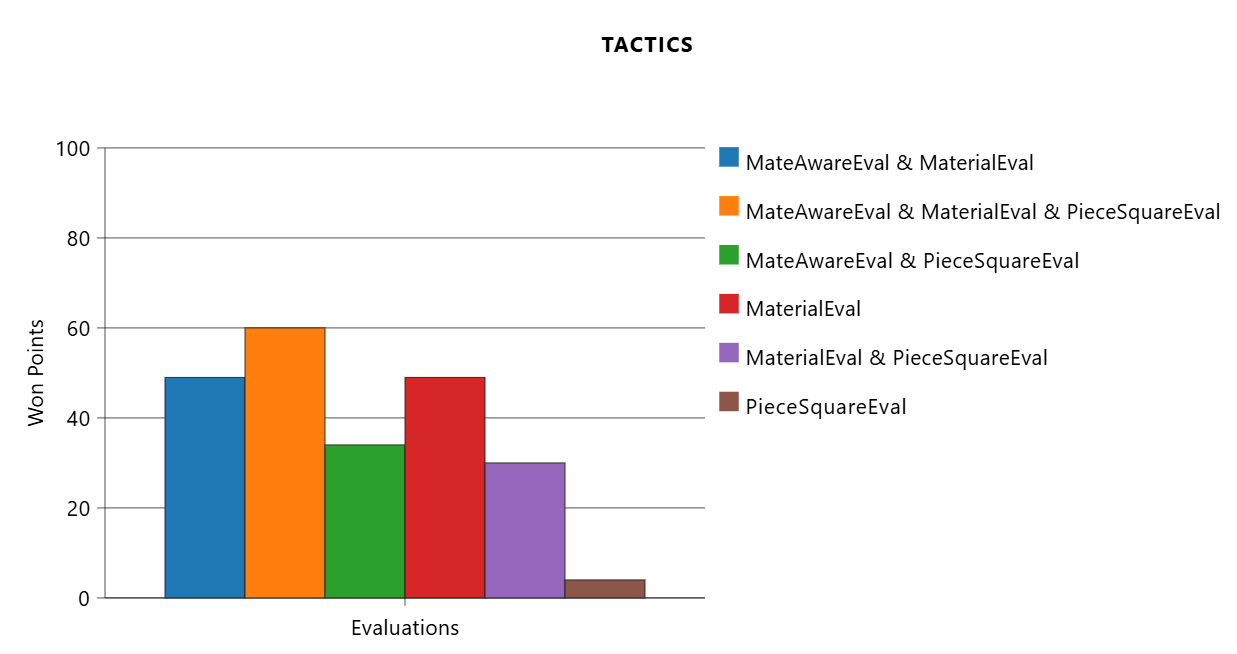
Before: docs/evaluation/report/movequality/Tactics.png, a diagram exported from PlantUML (l2c0r3/blobfish). Its source is kept beside it as docs/evaluation/report/movequality/Tactics.puml.
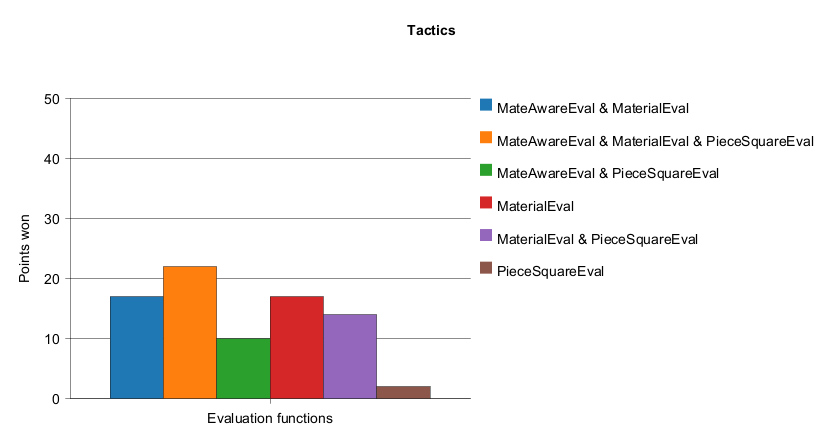
After the commit.

What changed in the source:
```diff
@@ -1,18 +1,18 @@
 @startchart
 
 title
-TACTICS
+Tactics
 end title
 
-h-axis [ Evaluations ]
-v-axis "Won Points" 0 --> 100.0 spacing 20.0 grid
+h-axis [ Evaluation functions ]
+v-axis "Points won" 0 --> 50.0 spacing 10.0 grid
 
-bar "MateAwareEval & MaterialEval"[ 49.0 ] #1F77B4
-bar "MateAwareEval & MaterialEval & PieceSquareEval"[ 60.0 ] #FF7F0E
-bar "MateAwareEval & PieceSquareEval"[ 34.0 ] #2CA02C
-bar "MaterialEval"[ 49.0 ] #D62728
-bar "MaterialEval & PieceSquareEval"[ 30.0 ] #9467BD
-bar "PieceSquareEval"[ 4.0 ] #8C564B
+bar "MateAwareEval & MaterialEval"[ 17.0 ] #1F77B4
+bar "MateAwareEval & MaterialEval & PieceSquareEval"[ 22.0 ] #FF7F0E
+bar "MateAwareEval & PieceSquareEval"[ 10.0 ] #2CA02C
+bar "MaterialEval"[ 17.0 ] #D62728
+bar "MaterialEval & PieceSquareEval"[ 14.0 ] #9467BD
+bar "PieceSquareEval"[ 2.0 ] #8C564B
 
 legend right
 @endchart
```
